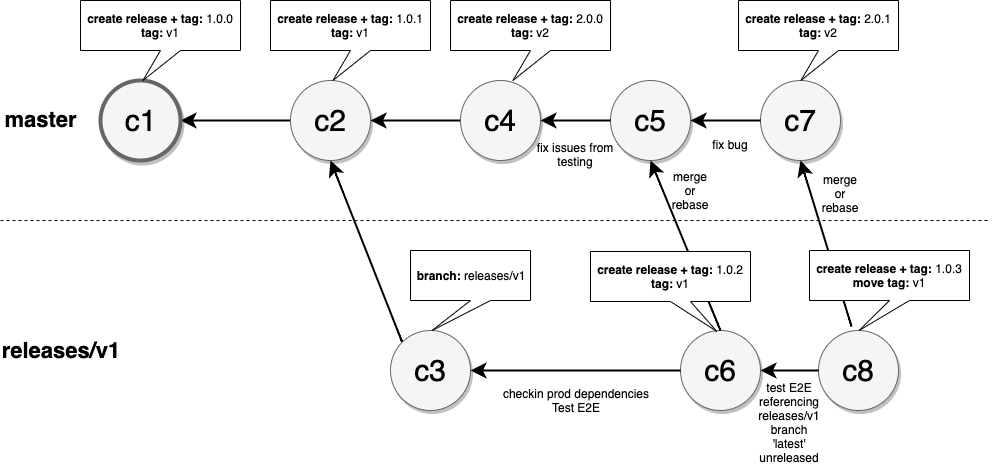
Earlier version of the draw.io export docs/assets/action-releases.png (actions/toolkit). Source tidied: cells renumbered, new cells last; positions are measured from the earlier drawing's top-left corner, leaving out a move shared by most shapes.
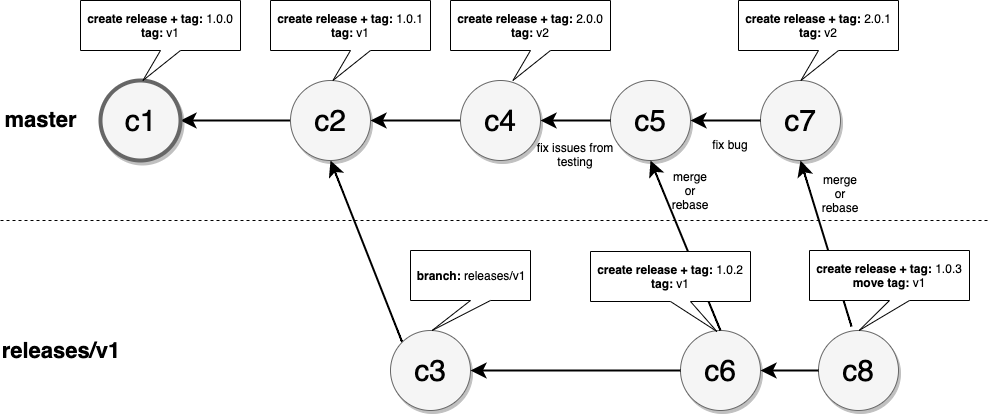
After the change.

Commit message:
update versioning diagram

The edit, as a diff of the source:
```diff
@@ -32,9 +32,6 @@
     <mxCell id="11" value="&lt;b&gt;branch:&lt;/b&gt;&amp;nbsp;releases/v1" style="shape=callout;whiteSpace=wrap;html=1;perimeter=calloutPerimeter;position2=0.18;" parent="1" vertex="1">
       <mxGeometry x="410" y="250" width="120" height="80" as="geometry" />
     </mxCell>
-    <mxCell id="12" value="checkin prod dependencies&lt;br&gt;Test E2E" style="text;html=1;strokeColor=none;fillColor=none;align=center;verticalAlign=middle;whiteSpace=wrap;rounded=0;" parent="1" vertex="1">
-      <mxGeometry x="485" y="390" width="180" height="20" as="geometry" />
-    </mxCell>
     <mxCell id="13" value="c6" style="ellipse;whiteSpace=wrap;html=1;rounded=0;shadow=1;strokeColor=#666666;strokeWidth=1;fontSize=30;align=center;fillColor=#f5f5f5;" parent="1" vertex="1">
       <mxGeometry x="680" y="330" width="80" height="80" as="geometry" />
     </mxCell>
@@ -76,9 +73,6 @@
     <mxCell id="25" value="fix bug" style="text;html=1;strokeColor=none;fillColor=none;align=center;verticalAlign=middle;whiteSpace=wrap;rounded=0;" parent="1" vertex="1">
       <mxGeometry x="710" y="134" width="40" height="20" as="geometry" />
     </mxCell>
-    <mxCell id="26" value="test E2E referencing releases/v1 branch 'latest' unreleased" style="text;html=1;strokeColor=none;fillColor=none;align=center;verticalAlign=middle;whiteSpace=wrap;rounded=0;" parent="1" vertex="1">
-      <mxGeometry x="769" y="412" width="40" height="20" as="geometry" />
-    </mxCell>
     <mxCell id="27" value="&lt;b&gt;create release + tag:&lt;/b&gt; 1.0.3&lt;br&gt;&lt;b&gt;move tag:&lt;/b&gt; v1" style="shape=callout;whiteSpace=wrap;html=1;perimeter=calloutPerimeter;position2=0.31;" parent="1" vertex="1">
       <mxGeometry x="809" y="250" width="160" height="80" as="geometry" />
     </mxCell>
```
